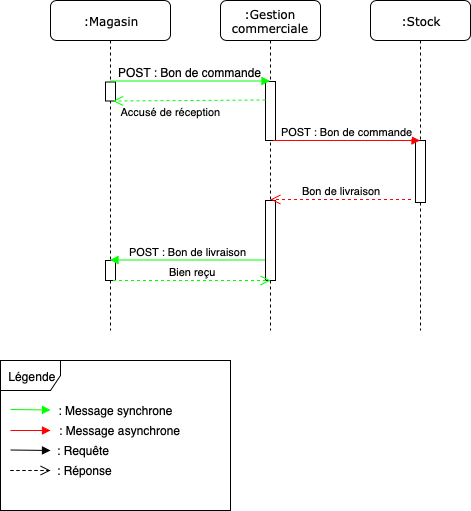
This is docs/uml/réassortMagasin.png from ursi-2020/gestion-commercial, a draw.io export, as it was before one commit. Source tidied: cells renumbered, new cells last; positions are measured from the earlier drawing's top-left corner, leaving out a move shared by most shapes.
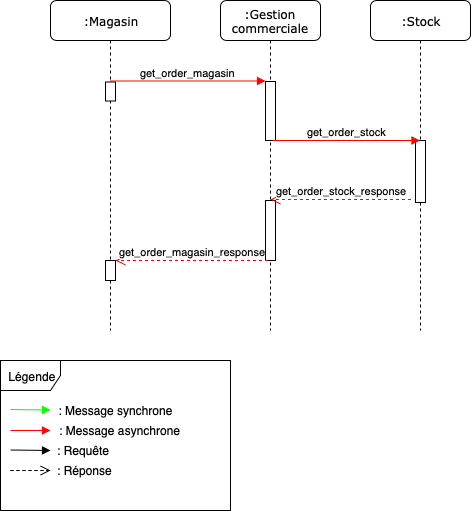
Above is the later version.

Diff of the diagram source:
```diff
@@ -14,9 +14,6 @@
     <mxCell id="5" value=":Magasin" style="shape=umlLifeline;perimeter=lifelinePerimeter;whiteSpace=wrap;html=1;outlineConnect=0;rounded=1;shadow=0;comic=0;labelBackgroundColor=none;strokeColor=#000000;strokeWidth=1;fillColor=#FFFFFF;fontFamily=Verdana;fontSize=12;fontColor=#000000;align=center;" parent="1" vertex="1">
       <mxGeometry x="50" width="120" height="330" as="geometry" />
     </mxCell>
-    <mxCell id="6" value="&lt;font style=&quot;font-size: 11px&quot;&gt;Accusé de réception&lt;/font&gt;" style="text;html=1;strokeColor=none;fillColor=none;align=center;verticalAlign=middle;whiteSpace=wrap;rounded=0;" parent="5" vertex="1">
-      <mxGeometry x="55" y="100.5" width="130" height="20" as="geometry" />
-    </mxCell>
     <mxCell id="7" style="rounded=0;whiteSpace=wrap;html=1;" parent="5" vertex="1">
       <mxGeometry x="55" y="81.5" width="10" height="19" as="geometry" />
     </mxCell>
@@ -27,40 +24,17 @@
       <mxGeometry x="265" y="81" width="10" height="59" as="geometry" />
     </mxCell>
     <mxCell id="10" style="rounded=0;whiteSpace=wrap;html=1;" parent="1" vertex="1">
-      <mxGeometry x="265" y="200" width="10" height="80" as="geometry" />
+      <mxGeometry x="265" y="200" width="10" height="60" as="geometry" />
     </mxCell>
-    <mxCell id="11" value="Bon de livraison" style="html=1;verticalAlign=bottom;endArrow=open;dashed=1;endSize=8;strokeColor=#FF0000;" parent="1" edge="1">
+    <mxCell id="11" value="get_order_stock_response" style="html=1;verticalAlign=bottom;endArrow=open;dashed=1;endSize=8;strokeColor=#FF0000;" parent="1" edge="1">
       <mxGeometry relative="1" as="geometry">
         <mxPoint x="410.5" y="199" as="sourcePoint" />
         <mxPoint x="270" y="199" as="targetPoint" />
       </mxGeometry>
     </mxCell>
-    <mxCell id="12" value="POST : Bon de commande" style="html=1;verticalAlign=bottom;endArrow=block;strokeColor=#FF0000;exitX=0.75;exitY=1;exitDx=0;exitDy=0;" parent="1" edge="1" source="9" target="3">
+    <mxCell id="12" value="get_order_stock" style="html=1;verticalAlign=bottom;endArrow=block;strokeColor=#FF0000;exitX=0.75;exitY=1;exitDx=0;exitDy=0;" parent="1" edge="1" source="9" target="3">
       <mxGeometry relative="1" as="geometry" />
     </mxCell>
-    <mxCell id="13" value="&lt;font style=&quot;font-size: 12px&quot;&gt;POST : Bon de commande&lt;/font&gt;" style="html=1;verticalAlign=bottom;endArrow=block;strokeColor=#00FF00;" parent="1" edge="1" source="5">
-      <mxGeometry relative="1" as="geometry">
-        <mxPoint x="269.5" y="80.5" as="targetPoint" />
-      </mxGeometry>
-    </mxCell>
-    <mxCell id="14" value="POST : Bon de livraison" style="html=1;verticalAlign=bottom;endArrow=none;endFill=0;startArrow=block;startFill=1;strokeColor=#00FF00;" parent="1" edge="1" source="5">
-      <mxGeometry relative="1" as="geometry">
-        <mxPoint x="264.5" y="259.5" as="targetPoint" />
-      </mxGeometry>
-    </mxCell>
-    <mxCell id="15" style="html=1;verticalAlign=bottom;endArrow=open;dashed=1;endSize=8;entryX=0.75;entryY=1;entryDx=0;entryDy=0;strokeColor=#00FF00;" parent="1" edge="1" target="7">
-      <mxGeometry relative="1" as="geometry">
-        <mxPoint x="265" y="99.5" as="sourcePoint" />
-      </mxGeometry>
-    </mxCell>
-    <mxCell id="16" value="Bien reçu" style="html=1;verticalAlign=bottom;endArrow=open;dashed=1;endSize=8;strokeColor=#00FF00;exitX=0.75;exitY=1;exitDx=0;exitDy=0;" parent="1" edge="1" source="8">
-      <mxGeometry relative="1" as="geometry">
-        <mxPoint x="270" y="280" as="targetPoint" />
-        <Array as="points">
-          <mxPoint x="200" y="280" />
-        </Array>
-      </mxGeometry>
-    </mxCell>
     <mxCell id="17" value="Légende" style="shape=umlFrame;whiteSpace=wrap;html=1;" parent="1" vertex="1">
       <mxGeometry y="360" width="230" height="150" as="geometry" />
     </mxCell>
@@ -100,5 +74,15 @@
     <mxCell id="25" value=": Réponse&amp;nbsp;" style="text;html=1;strokeColor=none;fillColor=none;align=left;verticalAlign=middle;whiteSpace=wrap;rounded=0;" parent="1" vertex="1">
       <mxGeometry x="55" y="460" width="120" height="20" as="geometry" />
     </mxCell>
+    <mxCell id="26" value="get_order_magasin" style="html=1;verticalAlign=bottom;endArrow=block;strokeColor=#FF0000;" parent="1" edge="1" source="5">
+      <mxGeometry relative="1" as="geometry">
+        <mxPoint x="265" y="80.5" as="targetPoint" />
+      </mxGeometry>
+    </mxCell>
+    <mxCell id="27" value="get_order_magasin_response" style="html=1;verticalAlign=bottom;endArrow=open;dashed=1;endSize=8;strokeColor=#FF0000;exitX=0.25;exitY=1;exitDx=0;exitDy=0;" parent="1" edge="1" source="10">
+      <mxGeometry relative="1" as="geometry">
+        <mxPoint x="115" y="260" as="targetPoint" />
+      </mxGeometry>
+    </mxCell>
   </root>
 </mxGraphModel>
```
